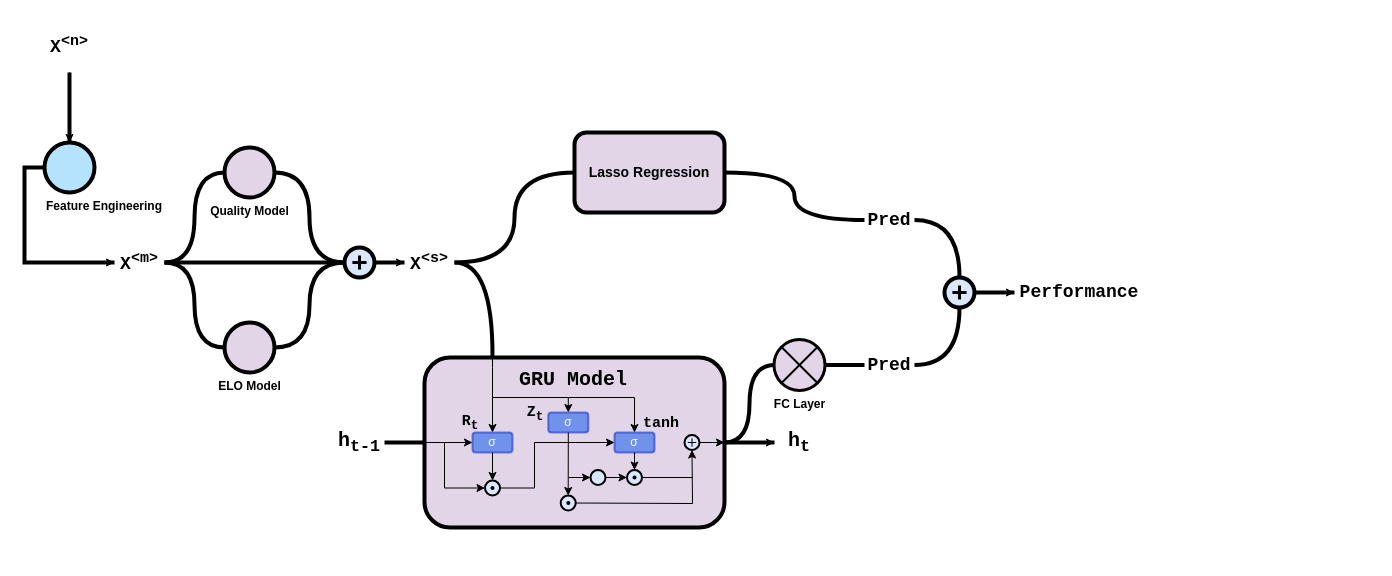
UsanoCoCr/tennis24 keeps this draw.io diagram as final_model.drawio. Above is the earlier version. Source tidied: cells renumbered, new cells numbered last; positions are measured from the earlier drawing's top-left corner, leaving out a move shared by most shapes. Both pictures are drawn from the tidied source at 100%, with x=0, y=0 at pixel (24, 17).
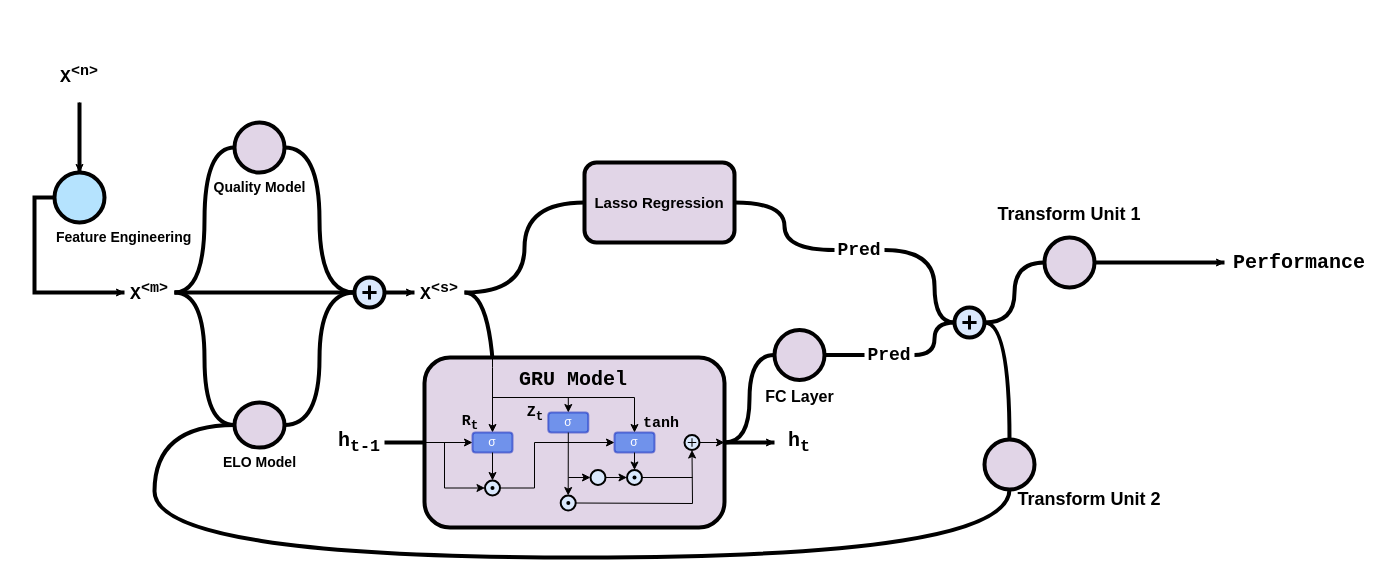
Above is the later version.

What changed in the source:
```diff
@@
-    <mxCell id="5" value="&lt;div style=&quot;&quot;&gt;&lt;b style=&quot;background-color: initial;&quot;&gt;Feature Engineering&lt;/b&gt;&lt;/div&gt;" style="verticalLabelPosition=bottom;verticalAlign=top;html=1;strokeWidth=4;shape=mxgraph.flowchart.on-page_reference;plain-blue;gradientColor=none;fillColor=#B5E3Fe;strokeColor=#000000;align=left;" parent="1" vertex="1">
-      <mxGeometry x="20" y="125" width="50" height="50" as="geometry" />
+    <mxCell id="5" value="&lt;div style=&quot;&quot;&gt;&lt;b style=&quot;background-color: initial;&quot;&gt;&lt;font style=&quot;font-size: 14px;&quot;&gt;Feature Engineering&lt;/font&gt;&lt;/b&gt;&lt;/div&gt;" style="verticalLabelPosition=bottom;verticalAlign=top;html=1;strokeWidth=4;shape=mxgraph.flowchart.on-page_reference;plain-blue;gradientColor=none;fillColor=#B5E3Fe;strokeColor=#000000;align=left;" parent="1" vertex="1">
+      <mxGeometry x="30" y="155" width="50" height="50" as="geometry" />
     </mxCell>
     <mxCell id="6" style="verticalLabelPosition=bottom;verticalAlign=top;html=1;strokeWidth=4;shape=mxgraph.flowchart.on-page_reference;plain-blue;gradientColor=none;strokeColor=#000000;" parent="1" vertex="1">
-      <mxGeometry x="320" y="230" width="30" height="30" as="geometry" />
+      <mxGeometry x="330" y="260" width="30" height="30" as="geometry" />
     </mxCell>
@@
     <mxCell id="8" value="&lt;font style=&quot;font-size: 18px;&quot;&gt;X&lt;sup&gt;&amp;lt;n&amp;gt;&lt;/sup&gt;&lt;/font&gt;" style="text;html=1;strokeColor=none;fillColor=none;align=center;verticalAlign=middle;whiteSpace=wrap;overflow=hidden;fontSize=14;fontStyle=1;fontFamily=Courier New;" parent="1" vertex="1">
-      <mxGeometry x="20" width="50" height="55" as="geometry" />
+      <mxGeometry x="30" y="30" width="50" height="55" as="geometry" />
     </mxCell>
-    <mxCell id="9" value="&lt;b&gt;ELO Model&lt;/b&gt;" style="verticalLabelPosition=bottom;verticalAlign=top;html=1;strokeWidth=4;shape=mxgraph.flowchart.on-page_reference;plain-purple;gradientColor=none;strokeColor=#000000;" parent="1" vertex="1">
-      <mxGeometry x="200" y="305" width="50" height="50" as="geometry" />
+    <mxCell id="9" value="&lt;b&gt;&lt;font style=&quot;font-size: 14px;&quot;&gt;ELO Model&lt;/font&gt;&lt;/b&gt;" style="verticalLabelPosition=bottom;verticalAlign=top;html=1;strokeWidth=4;shape=mxgraph.flowchart.on-page_reference;plain-purple;gradientColor=none;strokeColor=#000000;" parent="1" vertex="1">
+      <mxGeometry x="210" y="385" width="50" height="45" as="geometry" />
     </mxCell>
@@
     <mxCell id="11" value="&lt;font style=&quot;font-size: 18px;&quot;&gt;X&lt;sup&gt;&amp;lt;m&amp;gt;&lt;/sup&gt;&lt;/font&gt;" style="text;html=1;strokeColor=none;fillColor=none;align=center;verticalAlign=middle;whiteSpace=wrap;overflow=hidden;fontSize=14;fontStyle=1;fontFamily=Courier New;" parent="1" vertex="1">
-      <mxGeometry x="90" y="217.5" width="50" height="55" as="geometry" />
+      <mxGeometry x="100" y="247.5" width="50" height="55" as="geometry" />
     </mxCell>
     <mxCell id="12" style="edgeStyle=orthogonalEdgeStyle;rounded=0;html=1;jettySize=auto;strokeWidth=4;endArrow=none;endFill=0;entryX=0;entryY=0.5;entryDx=0;entryDy=0;exitX=0;exitY=0.5;exitDx=0;exitDy=0;entryPerimeter=0;" parent="1" edge="1" source="11" target="5">
       <mxGeometry x="204.5" y="180" as="geometry">
         <Array as="points">
-          <mxPoint y="245" />
-          <mxPoint y="150" />
+          <mxPoint x="10" y="275" />
+          <mxPoint x="10" y="180" />
         </Array>
       </mxGeometry>
     </mxCell>
     <mxCell id="13" style="edgeStyle=orthogonalEdgeStyle;rounded=0;jettySize=auto;html=1;exitX=0;exitY=0.5;exitDx=0;exitDy=0;entryX=0;entryY=0.5;entryDx=0;entryDy=0;exitPerimeter=0;" parent="1" edge="1" source="5" target="11">
       <mxGeometry relative="1" as="geometry">
         <Array as="points">
-          <mxPoint y="150" />
-          <mxPoint y="245" />
+          <mxPoint x="10" y="180" />
+          <mxPoint x="10" y="275" />
         </Array>
       </mxGeometry>
     </mxCell>
     <mxCell id="14" style="shape=umlDestroy;whiteSpace=wrap;html=1;strokeWidth=3;targetShapes=umlLifeline;rotation=45;" parent="1" vertex="1">
-      <mxGeometry x="330" y="240" width="10" height="10" as="geometry" />
+      <mxGeometry x="340" y="270" width="10" height="10" as="geometry" />
     </mxCell>
@@
-    <mxCell id="16" value="&lt;b&gt;Quality Model&lt;/b&gt;" style="verticalLabelPosition=bottom;verticalAlign=top;html=1;strokeWidth=4;shape=mxgraph.flowchart.on-page_reference;plain-purple;gradientColor=none;strokeColor=#000000;" parent="1" vertex="1">
-      <mxGeometry x="200" y="130" width="50" height="50" as="geometry" />
+    <mxCell id="16" value="&lt;b&gt;&lt;font style=&quot;font-size: 14px;&quot;&gt;Quality Model&lt;/font&gt;&lt;/b&gt;" style="verticalLabelPosition=bottom;verticalAlign=top;html=1;strokeWidth=4;shape=mxgraph.flowchart.on-page_reference;plain-purple;gradientColor=none;strokeColor=#000000;" parent="1" vertex="1">
+      <mxGeometry x="210" y="105" width="50" height="50" as="geometry" />
     </mxCell>
@@
     <mxCell id="18" value="&lt;font style=&quot;font-size: 18px;&quot;&gt;X&lt;sup&gt;&amp;lt;s&amp;gt;&lt;/sup&gt;&lt;/font&gt;" style="text;html=1;strokeColor=none;fillColor=none;align=center;verticalAlign=middle;whiteSpace=wrap;overflow=hidden;fontSize=14;fontStyle=1;fontFamily=Courier New;" parent="1" vertex="1">
-      <mxGeometry x="380" y="217.5" width="50" height="55" as="geometry" />
+      <mxGeometry x="390" y="247.5" width="50" height="55" as="geometry" />
     </mxCell>
@@
     <mxCell id="21" style="edgeStyle=orthogonalEdgeStyle;curved=1;rounded=0;html=1;exitX=1;exitY=0.5;endArrow=none;endFill=0;jettySize=auto;strokeWidth=4;fontSize=15;exitDx=0;exitDy=0;" parent="1" edge="1" source="18">
       <mxGeometry relative="1" as="geometry">
-        <mxPoint x="468" y="340" as="targetPoint" />
+        <mxPoint x="470" y="400" as="targetPoint" />
       </mxGeometry>
     </mxCell>
@@
     <mxCell id="29" value="&lt;span style=&quot;font-size: 18px;&quot;&gt;Pred&lt;/span&gt;" style="text;html=1;strokeColor=none;fillColor=none;align=center;verticalAlign=middle;whiteSpace=wrap;overflow=hidden;fontSize=14;fontStyle=1;fontFamily=Courier New;" parent="1" vertex="1">
-      <mxGeometry x="840" y="320" width="50" height="55" as="geometry" />
+      <mxGeometry x="840" y="310" width="50" height="55" as="geometry" />
     </mxCell>
@@
-    <mxCell id="59" value="&lt;b&gt;&lt;font style=&quot;font-size: 14px;&quot;&gt;Lasso Regression&lt;/font&gt;&lt;/b&gt;" style="rounded=1;whiteSpace=wrap;html=1;strokeWidth=4;fillColor=#E1D5E7;" parent="1" vertex="1">
-      <mxGeometry x="550" y="115" width="150" height="80" as="geometry" />
+    <mxCell id="59" value="&lt;b&gt;&lt;font style=&quot;font-size: 15px;&quot;&gt;Lasso Regression&lt;/font&gt;&lt;/b&gt;" style="rounded=1;whiteSpace=wrap;html=1;strokeWidth=4;fillColor=#E1D5E7;" parent="1" vertex="1">
+      <mxGeometry x="560" y="145" width="150" height="80" as="geometry" />
     </mxCell>
@@
     <mxCell id="61" value="&lt;span style=&quot;font-size: 18px;&quot;&gt;Pred&lt;/span&gt;" style="text;html=1;strokeColor=none;fillColor=none;align=center;verticalAlign=middle;whiteSpace=wrap;overflow=hidden;fontSize=14;fontStyle=1;fontFamily=Courier New;" parent="1" vertex="1">
-      <mxGeometry x="840" y="175" width="50" height="55" as="geometry" />
+      <mxGeometry x="810" y="205" width="50" height="55" as="geometry" />
     </mxCell>
@@
-    <mxCell id="63" value="&lt;b&gt;FC Layer&lt;/b&gt;" style="verticalLabelPosition=bottom;verticalAlign=top;html=1;strokeWidth=4;shape=mxgraph.flowchart.on-page_reference;plain-purple;gradientColor=none;strokeColor=#000000;" parent="1" vertex="1">
-      <mxGeometry x="750" y="322.5" width="50" height="50" as="geometry" />
+    <mxCell id="63" value="&lt;b&gt;&lt;font style=&quot;font-size: 16px;&quot;&gt;FC Layer&lt;/font&gt;&lt;/b&gt;" style="verticalLabelPosition=bottom;verticalAlign=top;html=1;strokeWidth=4;shape=mxgraph.flowchart.on-page_reference;plain-purple;gradientColor=none;strokeColor=#000000;" parent="1" vertex="1">
+      <mxGeometry x="750" y="312.5" width="50" height="50" as="geometry" />
     </mxCell>
@@
     <mxCell id="65" style="verticalLabelPosition=bottom;verticalAlign=top;html=1;strokeWidth=4;shape=mxgraph.flowchart.on-page_reference;plain-blue;gradientColor=none;strokeColor=#000000;" parent="1" vertex="1">
-      <mxGeometry x="920" y="260" width="30" height="30" as="geometry" />
+      <mxGeometry x="930" y="290" width="30" height="30" as="geometry" />
     </mxCell>
     <mxCell id="66" style="shape=umlDestroy;whiteSpace=wrap;html=1;strokeWidth=3;targetShapes=umlLifeline;rotation=45;" parent="1" vertex="1">
-      <mxGeometry x="930" y="270" width="10" height="10" as="geometry" />
+      <mxGeometry x="940" y="300" width="10" height="10" as="geometry" />
     </mxCell>
-    <mxCell id="67" style="edgeStyle=orthogonalEdgeStyle;curved=1;rounded=0;html=1;exitX=1;exitY=0.5;endArrow=none;endFill=0;jettySize=auto;strokeWidth=4;fontSize=15;exitDx=0;exitDy=0;entryX=0.5;entryY=1;entryDx=0;entryDy=0;entryPerimeter=0;" parent="1" edge="1" source="29" target="65">
-      <mxGeometry relative="1" as="geometry" />
-    </mxCell>
-    <mxCell id="68" style="edgeStyle=orthogonalEdgeStyle;curved=1;rounded=0;html=1;exitX=0.5;exitY=0;endArrow=none;endFill=0;jettySize=auto;strokeWidth=4;fontSize=15;exitDx=0;exitDy=0;entryX=1;entryY=0.5;entryDx=0;entryDy=0;exitPerimeter=0;" parent="1" edge="1" source="65" target="61">
-      <mxGeometry relative="1" as="geometry" />
+    <mxCell id="68" style="edgeStyle=orthogonalEdgeStyle;curved=1;rounded=0;html=1;exitX=0;exitY=0.5;endArrow=none;endFill=0;jettySize=auto;strokeWidth=4;fontSize=15;exitDx=0;exitDy=0;entryX=1;entryY=0.5;entryDx=0;entryDy=0;exitPerimeter=0;" parent="1" edge="1" source="65" target="61">
+      <mxGeometry relative="1" as="geometry">
+        <Array as="points">
+          <mxPoint x="910" y="305" />
+          <mxPoint x="910" y="233" />
+        </Array>
+      </mxGeometry>
     </mxCell>
-    <mxCell id="69" value="&lt;span style=&quot;font-size: 18px;&quot;&gt;Performance&lt;/span&gt;" style="text;html=1;strokeColor=none;fillColor=none;align=center;verticalAlign=middle;whiteSpace=wrap;overflow=hidden;fontSize=14;fontStyle=1;fontFamily=Courier New;" parent="1" vertex="1">
-      <mxGeometry x="990" y="247.5" width="130" height="55" as="geometry" />
+    <mxCell id="69" value="&lt;font style=&quot;font-size: 20px;&quot;&gt;Performance&lt;/font&gt;" style="text;html=1;strokeColor=none;fillColor=none;align=center;verticalAlign=middle;whiteSpace=wrap;overflow=hidden;fontSize=14;fontStyle=1;fontFamily=Courier New;" parent="1" vertex="1">
+      <mxGeometry x="1200" y="218.8" width="150" height="52.5" as="geometry" />
     </mxCell>
-    <mxCell id="70" style="edgeStyle=orthogonalEdgeStyle;rounded=0;jettySize=auto;html=1;exitX=1;exitY=0.5;exitDx=0;exitDy=0;entryX=0;entryY=0.5;entryDx=0;entryDy=0;exitPerimeter=0;" parent="1" edge="1" source="65" target="69">
-      <mxGeometry relative="1" as="geometry" />
-    </mxCell>
-    <mxCell id="71" style="edgeStyle=orthogonalEdgeStyle;curved=1;rounded=0;html=1;exitX=1;exitY=0.5;endArrow=none;endFill=0;jettySize=auto;strokeWidth=4;fontSize=15;exitDx=0;exitDy=0;entryX=0;entryY=0.5;entryDx=0;entryDy=0;exitPerimeter=0;" parent="1" edge="1" source="65" target="69">
-      <mxGeometry relative="1" as="geometry" />
-    </mxCell>
@@
-    <mxCell id="73" style="shape=sumEllipse;perimeter=ellipsePerimeter;whiteSpace=wrap;html=1;backgroundOutline=1;fillColor=#E1D5E7;strokeWidth=2;" parent="1" vertex="1">
-      <mxGeometry x="750" y="322.5" width="50" height="50" as="geometry" />
-    </mxCell>
+    <mxCell id="74" style="verticalLabelPosition=bottom;verticalAlign=top;html=1;strokeWidth=4;shape=mxgraph.flowchart.on-page_reference;plain-purple;gradientColor=none;strokeColor=#000000;align=left;" parent="1" vertex="1">
+      <mxGeometry x="1020" y="220" width="50" height="50" as="geometry" />
+    </mxCell>
+    <mxCell id="75" style="edgeStyle=orthogonalEdgeStyle;rounded=0;jettySize=auto;html=1;exitX=1;exitY=0.5;exitDx=0;exitDy=0;entryX=0;entryY=0.5;entryDx=0;entryDy=0;exitPerimeter=0;" parent="1" edge="1" source="74" target="69">
+      <mxGeometry relative="1" as="geometry" />
+    </mxCell>
+    <mxCell id="76" value="&lt;span style=&quot;font-size: 18px;&quot;&gt;&lt;font face=&quot;Helvetica&quot;&gt;Transform Unit 1&lt;/font&gt;&lt;/span&gt;" style="text;html=1;strokeColor=none;fillColor=none;align=center;verticalAlign=middle;whiteSpace=wrap;overflow=hidden;fontSize=14;fontStyle=1;fontFamily=Courier New;" parent="1" vertex="1">
+      <mxGeometry x="960" y="170" width="170" height="55" as="geometry" />
+    </mxCell>
+    <mxCell id="77" style="verticalLabelPosition=bottom;verticalAlign=top;html=1;strokeWidth=4;shape=mxgraph.flowchart.on-page_reference;plain-purple;gradientColor=none;strokeColor=#000000;align=left;" parent="1" vertex="1">
+      <mxGeometry x="960" y="422" width="50" height="50" as="geometry" />
+    </mxCell>
+    <mxCell id="78" style="edgeStyle=orthogonalEdgeStyle;curved=1;rounded=0;html=1;exitX=1;exitY=0.5;endArrow=none;endFill=0;jettySize=auto;strokeWidth=4;fontSize=15;exitDx=0;exitDy=0;entryX=0;entryY=0.5;entryDx=0;entryDy=0;exitPerimeter=0;" parent="1" edge="1" source="74" target="69">
+      <mxGeometry relative="1" as="geometry" />
+    </mxCell>
+    <mxCell id="79" style="edgeStyle=orthogonalEdgeStyle;curved=1;rounded=0;html=1;exitX=0;exitY=0.5;endArrow=none;endFill=0;jettySize=auto;strokeWidth=4;fontSize=15;exitDx=0;exitDy=0;entryX=1;entryY=0.5;entryDx=0;entryDy=0;exitPerimeter=0;entryPerimeter=0;" parent="1" edge="1" source="74" target="65">
+      <mxGeometry relative="1" as="geometry" />
+    </mxCell>
+    <mxCell id="80" style="edgeStyle=orthogonalEdgeStyle;curved=1;rounded=0;html=1;exitX=0.5;exitY=0;endArrow=none;endFill=0;jettySize=auto;strokeWidth=4;fontSize=15;exitDx=0;exitDy=0;entryX=1;entryY=0.5;entryDx=0;entryDy=0;exitPerimeter=0;entryPerimeter=0;" parent="1" edge="1" source="77" target="65">
+      <mxGeometry relative="1" as="geometry" />
+    </mxCell>
+    <mxCell id="81" style="edgeStyle=orthogonalEdgeStyle;curved=1;rounded=0;html=1;exitX=0.5;exitY=1;endArrow=none;endFill=0;jettySize=auto;strokeWidth=4;fontSize=15;exitDx=0;exitDy=0;entryX=0;entryY=0.5;entryDx=0;entryDy=0;exitPerimeter=0;entryPerimeter=0;" parent="1" edge="1" source="77" target="9">
+      <mxGeometry relative="1" as="geometry">
+        <Array as="points">
+          <mxPoint x="985" y="540" />
+          <mxPoint x="130" y="540" />
+          <mxPoint x="130" y="407" />
+        </Array>
+      </mxGeometry>
+    </mxCell>
+    <mxCell id="82" value="&lt;span style=&quot;font-size: 18px;&quot;&gt;&lt;font face=&quot;Helvetica&quot;&gt;Transform Unit 2&lt;/font&gt;&lt;/span&gt;" style="text;html=1;strokeColor=none;fillColor=none;align=center;verticalAlign=middle;whiteSpace=wrap;overflow=hidden;fontSize=14;fontStyle=1;fontFamily=Courier New;" parent="1" vertex="1">
+      <mxGeometry x="980" y="455" width="170" height="55" as="geometry" />
+    </mxCell>
+    <mxCell id="83" style="edgeStyle=orthogonalEdgeStyle;curved=1;rounded=0;html=1;exitX=0;exitY=0.5;endArrow=none;endFill=0;jettySize=auto;strokeWidth=4;fontSize=15;exitDx=0;exitDy=0;entryX=1;entryY=0.5;entryDx=0;entryDy=0;exitPerimeter=0;" parent="1" edge="1" source="65" target="29">
+      <mxGeometry relative="1" as="geometry" />
+    </mxCell>
```
